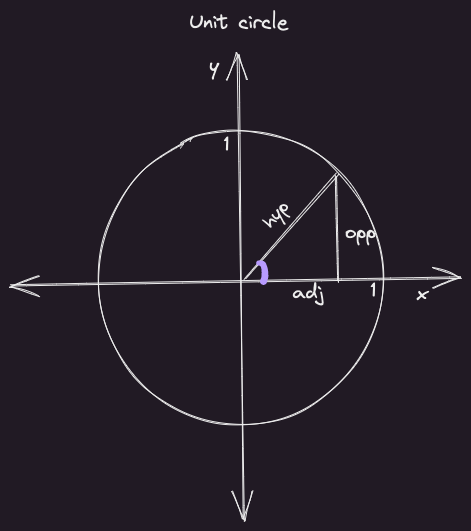
Before: Mathmatics/Trignometry/img/001_intro_unit_circle.excalidraw.png, a diagram exported from Excalidraw (kodebot/notes). Source tidied: one line per element, renumbered; positions are measured from the earlier drawing's top-left corner, leaving out a move shared by most shapes.
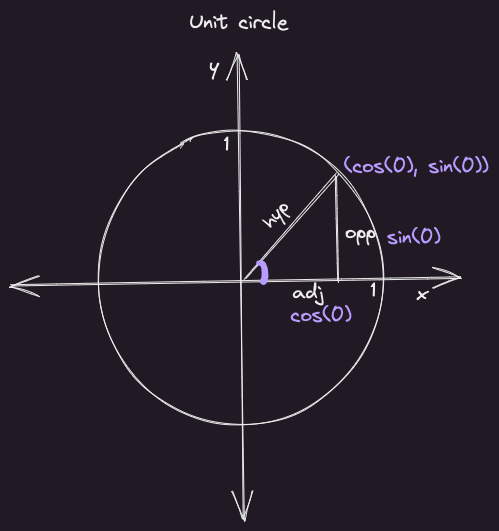
Above is the later version.

What changed in the source:
```diff
@@ -12,3 +12,6 @@
 {"id": 11, "type": "text", "text": "hyp", "strokeColor": "#000000", "angle": 5.45, "strokeWidth": 1, "roughness": 1, "fontSize": 20, "fontFamily": 1, "x": 250, "y": 191, "width": 30, "height": 25}
 {"id": 12, "type": "text", "text": "x", "strokeColor": "#000000", "strokeWidth": 1, "roughness": 1, "fontSize": 20, "fontFamily": 1, "x": 405, "y": 271, "width": 12, "height": 25}
 {"id": 13, "type": "freedraw", "strokeColor": "#5f3dc4", "strokeWidth": 1, "roughness": 1, "x": 248, "y": 253, "width": 6, "height": 19, "points": [[0, 0], [1, 0], [2, 0], [3, 0], [4, 0], [4, 1], [5, 2], [5, 3], [5, 4], [6, 5], [6, 6], [6, 7], [6, 8], [6, 9], [6, 10], [6, 12], [6, 13], [6, 14], [6, 15], [6, 15], [6, 16], [6, 16], [5, 17], [5, 18], [5, 19]]}
+{"id": 14, "type": "text", "text": "cos(0)", "strokeColor": "#5f3dc4", "strokeWidth": 1, "roughness": 1, "fontSize": 20, "fontFamily": 1, "x": 280, "y": 293, "width": 62, "height": 25}
+{"id": 15, "type": "text", "text": "sin(0)", "strokeColor": "#5f3dc4", "strokeWidth": 1, "roughness": 1, "fontSize": 20, "fontFamily": 1, "x": 376, "y": 215, "width": 54, "height": 25}
+{"id": 16, "type": "text", "text": "(cos(0), sin(0))", "strokeColor": "#5f3dc4", "strokeWidth": 1, "roughness": 1, "fontSize": 20, "fontFamily": 1, "x": 333, "y": 144, "width": 145, "height": 25}
```
